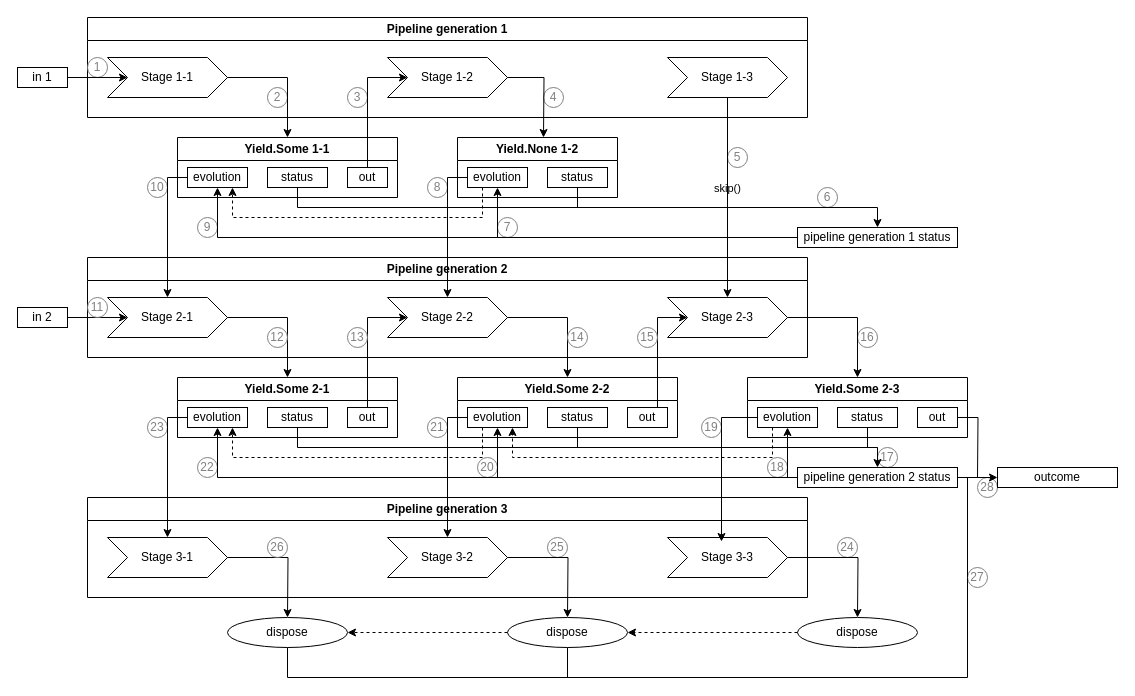
Before: pages/src/MainFlow.drawio in h8io/stages, a draw.io diagram. Source tidied: cells renumbered, new cells numbered last; positions are measured from the earlier drawing's top-left corner, leaving out a move shared by most shapes. Both pictures are drawn from the tidied source at 100%, with x=0, y=0 at pixel (17, 17).
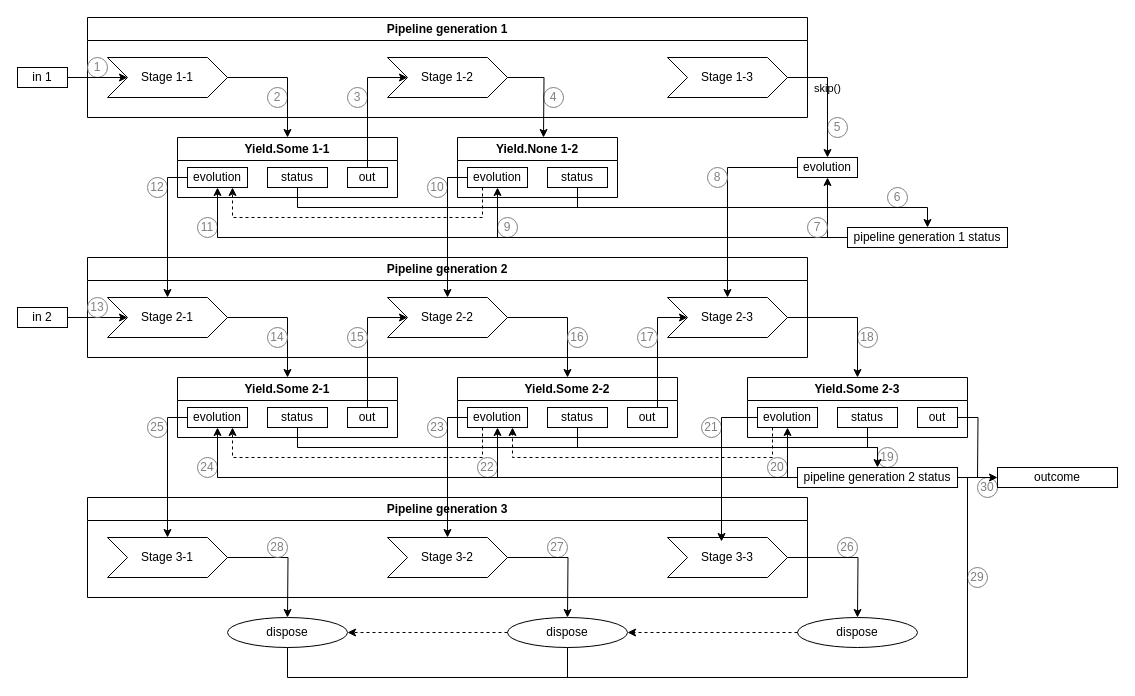
Above is the later version.

The change refers to these unchanged cells:
```xml
<mxCell id="16" value="Stage 1-3" style="shape=step;perimeter=stepPerimeter;whiteSpace=wrap;html=1;fixedSize=1;rounded=0;labelBackgroundColor=none;fontFamily=Helvetica;spacingTop=0;horizontal=1;fillColor=none;" parent="13" vertex="1">
  <mxGeometry x="580" y="40" width="120" height="40" as="geometry" />
</mxCell>
<mxCell id="22" value="status" style="rounded=0;whiteSpace=wrap;html=1;labelBackgroundColor=none;fontFamily=Helvetica;spacingTop=0;horizontal=1;fillColor=none;" parent="20" vertex="1">
  <mxGeometry x="90" y="30" width="60" height="20" as="geometry" />
</mxCell>
<mxCell id="100" value="Pipeline generation 2" style="swimlane;whiteSpace=wrap;html=1;rounded=0;labelBackgroundColor=none;fontFamily=Helvetica;spacingTop=0;horizontal=1;labelBorderColor=none;textShadow=0;fillColor=none;" parent="1" vertex="1">
  <mxGeometry x="70" y="240" width="720" height="100" as="geometry" />
</mxCell>
<mxCell id="103" value="Stage 2-3" style="shape=step;perimeter=stepPerimeter;whiteSpace=wrap;html=1;fixedSize=1;rounded=0;labelBackgroundColor=none;fontFamily=Helvetica;spacingTop=0;horizontal=1;fillColor=none;" parent="100" vertex="1">
  <mxGeometry x="580" y="40" width="120" height="40" as="geometry" />
</mxCell>
<mxCell id="109" value="Pipeline generation 3" style="swimlane;whiteSpace=wrap;html=1;rounded=0;labelBackgroundColor=none;fontFamily=Helvetica;spacingTop=0;horizontal=1;fillColor=none;" parent="1" vertex="1">
  <mxGeometry x="70" y="480" width="720" height="100" as="geometry" />
</mxCell>
```

Change to the diagram source:
```diff
@@
-    <mxCell id="2" value="28" style="ellipse;whiteSpace=wrap;html=1;labelBackgroundColor=none;rounded=0;fillColor=none;strokeColor=#808080;fontColor=light-dark(#808080,#808080);" parent="1" vertex="1">
+    <mxCell id="2" value="30" style="ellipse;whiteSpace=wrap;html=1;labelBackgroundColor=none;rounded=0;fillColor=none;strokeColor=#808080;fontColor=light-dark(#808080,#808080);" parent="1" vertex="1">
       <mxGeometry x="960" y="460" width="20" height="20" as="geometry" />
     </mxCell>
-    <mxCell id="3" value="24" style="ellipse;whiteSpace=wrap;html=1;labelBackgroundColor=none;rounded=0;fillColor=none;strokeColor=#808080;fontColor=light-dark(#808080,#808080);" parent="1" vertex="1">
+    <mxCell id="3" value="26" style="ellipse;whiteSpace=wrap;html=1;labelBackgroundColor=none;rounded=0;fillColor=none;strokeColor=#808080;fontColor=light-dark(#808080,#808080);" parent="1" vertex="1">
       <mxGeometry x="820" y="520" width="20" height="20" as="geometry" />
     </mxCell>
-    <mxCell id="4" value="25" style="ellipse;whiteSpace=wrap;html=1;labelBackgroundColor=none;rounded=0;fillColor=none;strokeColor=#808080;fontColor=light-dark(#808080,#808080);" parent="1" vertex="1">
+    <mxCell id="4" value="27" style="ellipse;whiteSpace=wrap;html=1;labelBackgroundColor=none;rounded=0;fillColor=none;strokeColor=#808080;fontColor=light-dark(#808080,#808080);" parent="1" vertex="1">
       <mxGeometry x="530" y="520" width="20" height="20" as="geometry" />
     </mxCell>
-    <mxCell id="5" value="27" style="ellipse;whiteSpace=wrap;html=1;labelBackgroundColor=none;rounded=0;fillColor=none;strokeColor=#808080;fontColor=light-dark(#808080,#808080);" parent="1" vertex="1">
+    <mxCell id="5" value="29" style="ellipse;whiteSpace=wrap;html=1;labelBackgroundColor=none;rounded=0;fillColor=none;strokeColor=#808080;fontColor=light-dark(#808080,#808080);" parent="1" vertex="1">
       <mxGeometry x="950" y="550" width="20" height="20" as="geometry" />
     </mxCell>
-    <mxCell id="6" value="18" style="ellipse;whiteSpace=wrap;html=1;labelBackgroundColor=none;rounded=0;fillColor=none;strokeColor=#808080;fontColor=light-dark(#808080,#808080);" parent="1" vertex="1">
+    <mxCell id="6" value="20" style="ellipse;whiteSpace=wrap;html=1;labelBackgroundColor=none;rounded=0;fillColor=none;strokeColor=#808080;fontColor=light-dark(#808080,#808080);" parent="1" vertex="1">
       <mxGeometry x="750" y="440" width="20" height="20" as="geometry" />
     </mxCell>
-    <mxCell id="7" value="19" style="ellipse;whiteSpace=wrap;html=1;labelBackgroundColor=none;rounded=0;fillColor=none;strokeColor=#808080;fontColor=light-dark(#808080,#808080);" parent="1" vertex="1">
+    <mxCell id="7" value="21" style="ellipse;whiteSpace=wrap;html=1;labelBackgroundColor=none;rounded=0;fillColor=none;strokeColor=#808080;fontColor=light-dark(#808080,#808080);" parent="1" vertex="1">
       <mxGeometry x="684" y="400" width="20" height="20" as="geometry" />
     </mxCell>
-    <mxCell id="8" value="20" style="ellipse;whiteSpace=wrap;html=1;labelBackgroundColor=none;rounded=0;fillColor=none;strokeColor=#808080;fontColor=light-dark(#808080,#808080);" parent="1" vertex="1">
+    <mxCell id="8" value="22" style="ellipse;whiteSpace=wrap;html=1;labelBackgroundColor=none;rounded=0;fillColor=none;strokeColor=#808080;fontColor=light-dark(#808080,#808080);" parent="1" vertex="1">
       <mxGeometry x="460" y="440" width="20" height="20" as="geometry" />
     </mxCell>
-    <mxCell id="9" value="22" style="ellipse;whiteSpace=wrap;html=1;labelBackgroundColor=none;rounded=0;fillColor=none;strokeColor=#808080;fontColor=light-dark(#808080,#808080);" parent="1" vertex="1">
+    <mxCell id="9" value="24" style="ellipse;whiteSpace=wrap;html=1;labelBackgroundColor=none;rounded=0;fillColor=none;strokeColor=#808080;fontColor=light-dark(#808080,#808080);" parent="1" vertex="1">
       <mxGeometry x="180" y="440" width="20" height="20" as="geometry" />
     </mxCell>
-    <mxCell id="10" value="21" style="ellipse;whiteSpace=wrap;html=1;labelBackgroundColor=none;rounded=0;fillColor=none;strokeColor=#808080;fontColor=light-dark(#808080,#808080);" parent="1" vertex="1">
+    <mxCell id="10" value="23" style="ellipse;whiteSpace=wrap;html=1;labelBackgroundColor=none;rounded=0;fillColor=none;strokeColor=#808080;fontColor=light-dark(#808080,#808080);" parent="1" vertex="1">
       <mxGeometry x="410" y="400" width="20" height="20" as="geometry" />
     </mxCell>
-    <mxCell id="11" value="23" style="ellipse;whiteSpace=wrap;html=1;labelBackgroundColor=none;rounded=0;fillColor=none;strokeColor=#808080;fontColor=light-dark(#808080,#808080);" parent="1" vertex="1">
+    <mxCell id="11" value="25" style="ellipse;whiteSpace=wrap;html=1;labelBackgroundColor=none;rounded=0;fillColor=none;strokeColor=#808080;fontColor=light-dark(#808080,#808080);" parent="1" vertex="1">
       <mxGeometry x="130" y="400" width="20" height="20" as="geometry" />
     </mxCell>
-    <mxCell id="12" value="17" style="ellipse;whiteSpace=wrap;html=1;labelBackgroundColor=none;rounded=0;fillColor=none;strokeColor=#808080;fontColor=light-dark(#808080,#808080);" parent="1" vertex="1">
+    <mxCell id="12" value="19" style="ellipse;whiteSpace=wrap;html=1;labelBackgroundColor=none;rounded=0;fillColor=none;strokeColor=#808080;fontColor=light-dark(#808080,#808080);" parent="1" vertex="1">
       <mxGeometry x="860" y="430" width="20" height="20" as="geometry" />
     </mxCell>
@@
     <mxCell id="27" value="5" style="ellipse;whiteSpace=wrap;html=1;labelBackgroundColor=none;rounded=0;fillColor=none;strokeColor=#808080;fontColor=light-dark(#808080,#808080);" parent="1" vertex="1">
-      <mxGeometry x="710" y="130" width="20" height="20" as="geometry" />
+      <mxGeometry x="810" y="100" width="20" height="20" as="geometry" />
     </mxCell>
     <mxCell id="28" value="6" style="ellipse;whiteSpace=wrap;html=1;labelBackgroundColor=none;rounded=0;fillColor=none;strokeColor=#808080;fontColor=light-dark(#808080,#808080);" parent="1" vertex="1">
-      <mxGeometry x="800" y="170" width="20" height="20" as="geometry" />
+      <mxGeometry x="870" y="170" width="20" height="20" as="geometry" />
     </mxCell>
-    <mxCell id="29" value="7" style="ellipse;whiteSpace=wrap;html=1;labelBackgroundColor=none;rounded=0;fillColor=none;strokeColor=#808080;fontColor=light-dark(#808080,#808080);" parent="1" vertex="1">
+    <mxCell id="29" value="9" style="ellipse;whiteSpace=wrap;html=1;labelBackgroundColor=none;rounded=0;fillColor=none;strokeColor=#808080;fontColor=light-dark(#808080,#808080);" parent="1" vertex="1">
       <mxGeometry x="480" y="200" width="20" height="20" as="geometry" />
     </mxCell>
-    <mxCell id="30" value="9" style="ellipse;whiteSpace=wrap;html=1;labelBackgroundColor=none;rounded=0;fillColor=none;strokeColor=#808080;fontColor=light-dark(#808080,#808080);" parent="1" vertex="1">
+    <mxCell id="30" value="11" style="ellipse;whiteSpace=wrap;html=1;labelBackgroundColor=none;rounded=0;fillColor=none;strokeColor=#808080;fontColor=light-dark(#808080,#808080);" parent="1" vertex="1">
       <mxGeometry x="180" y="200" width="20" height="20" as="geometry" />
     </mxCell>
-    <mxCell id="31" value="8" style="ellipse;whiteSpace=wrap;html=1;labelBackgroundColor=none;rounded=0;fillColor=none;strokeColor=#808080;fontColor=light-dark(#808080,#808080);" parent="1" vertex="1">
+    <mxCell id="31" value="10" style="ellipse;whiteSpace=wrap;html=1;labelBackgroundColor=none;rounded=0;fillColor=none;strokeColor=#808080;fontColor=light-dark(#808080,#808080);" parent="1" vertex="1">
       <mxGeometry x="410" y="160" width="20" height="20" as="geometry" />
     </mxCell>
-    <mxCell id="32" value="10" style="ellipse;whiteSpace=wrap;html=1;labelBackgroundColor=none;rounded=0;fillColor=none;strokeColor=#808080;fontColor=light-dark(#808080,#808080);" parent="1" vertex="1">
+    <mxCell id="32" value="12" style="ellipse;whiteSpace=wrap;html=1;labelBackgroundColor=none;rounded=0;fillColor=none;strokeColor=#808080;fontColor=light-dark(#808080,#808080);" parent="1" vertex="1">
       <mxGeometry x="130" y="160" width="20" height="20" as="geometry" />
     </mxCell>
-    <mxCell id="33" value="16" style="ellipse;whiteSpace=wrap;html=1;labelBackgroundColor=none;rounded=0;fillColor=none;strokeColor=#808080;fontColor=light-dark(#808080,#808080);" parent="1" vertex="1">
+    <mxCell id="33" value="18" style="ellipse;whiteSpace=wrap;html=1;labelBackgroundColor=none;rounded=0;fillColor=none;strokeColor=#808080;fontColor=light-dark(#808080,#808080);" parent="1" vertex="1">
       <mxGeometry x="840" y="310" width="20" height="20" as="geometry" />
     </mxCell>
@@
     <mxCell id="44" value="pipeline generation 1 status" style="rounded=0;whiteSpace=wrap;html=1;labelBackgroundColor=none;fontFamily=Helvetica;spacingTop=0;horizontal=1;fillColor=none;" parent="1" vertex="1">
-      <mxGeometry x="780" y="210" width="160" height="20" as="geometry" />
+      <mxGeometry x="830" y="210" width="160" height="20" as="geometry" />
     </mxCell>
@@
     <mxCell id="46" style="edgeStyle=orthogonalEdgeStyle;rounded=0;jettySize=auto;html=1;exitX=0.5;exitY=1;exitDx=0;exitDy=0;entryX=0.5;entryY=0;entryDx=0;entryDy=0;labelBackgroundColor=none;fontColor=default;fontFamily=Helvetica;spacingTop=0;horizontal=1;" parent="1" edge="1" source="22" target="44">
       <mxGeometry relative="1" as="geometry">
         <Array as="points">
           <mxPoint x="280" y="190" />
-          <mxPoint x="860" y="190" />
+          <mxPoint x="910" y="190" />
         </Array>
       </mxGeometry>
     </mxCell>
@@
-    <mxCell id="98" style="endArrow=classic;html=1;rounded=0;entryX=0.5;entryY=0;entryDx=0;entryDy=0;labelBackgroundColor=none;fontColor=default;fontFamily=Helvetica;spacingTop=0;horizontal=1;" parent="1" edge="1" source="16" target="103">
-      <mxGeometry relative="1" as="geometry" />
+    <mxCell id="98" style="endArrow=classic;html=1;rounded=0;labelBackgroundColor=none;fontColor=default;fontFamily=Helvetica;spacingTop=0;horizontal=1;exitX=1;exitY=0.5;exitDx=0;exitDy=0;entryX=0.5;entryY=0;entryDx=0;entryDy=0;" parent="1" edge="1" source="16" target="115">
+      <mxGeometry relative="1" as="geometry">
+        <Array as="points">
+          <mxPoint x="810" y="60" />
+        </Array>
+      </mxGeometry>
     </mxCell>
@@
-    <mxCell id="104" value="11" style="ellipse;whiteSpace=wrap;html=1;labelBackgroundColor=none;rounded=0;fillColor=none;strokeColor=#808080;fontColor=light-dark(#808080,#808080);" parent="100" vertex="1">
+    <mxCell id="104" value="13" style="ellipse;whiteSpace=wrap;html=1;labelBackgroundColor=none;rounded=0;fillColor=none;strokeColor=#808080;fontColor=light-dark(#808080,#808080);" parent="100" vertex="1">
       <mxGeometry y="40" width="20" height="20" as="geometry" />
     </mxCell>
-    <mxCell id="105" value="12" style="ellipse;whiteSpace=wrap;html=1;labelBackgroundColor=none;rounded=0;fillColor=none;strokeColor=#808080;fontColor=light-dark(#808080,#808080);" parent="100" vertex="1">
+    <mxCell id="105" value="14" style="ellipse;whiteSpace=wrap;html=1;labelBackgroundColor=none;rounded=0;fillColor=none;strokeColor=#808080;fontColor=light-dark(#808080,#808080);" parent="100" vertex="1">
       <mxGeometry x="180" y="70" width="20" height="20" as="geometry" />
     </mxCell>
-    <mxCell id="106" value="13" style="ellipse;whiteSpace=wrap;html=1;labelBackgroundColor=none;rounded=0;fillColor=none;strokeColor=#808080;fontColor=light-dark(#808080,#808080);" parent="100" vertex="1">
+    <mxCell id="106" value="15" style="ellipse;whiteSpace=wrap;html=1;labelBackgroundColor=none;rounded=0;fillColor=none;strokeColor=#808080;fontColor=light-dark(#808080,#808080);" parent="100" vertex="1">
       <mxGeometry x="260" y="70" width="20" height="20" as="geometry" />
     </mxCell>
-    <mxCell id="107" value="14" style="ellipse;whiteSpace=wrap;html=1;labelBackgroundColor=none;rounded=0;fillColor=none;strokeColor=#808080;fontColor=light-dark(#808080,#808080);" parent="100" vertex="1">
+    <mxCell id="107" value="16" style="ellipse;whiteSpace=wrap;html=1;labelBackgroundColor=none;rounded=0;fillColor=none;strokeColor=#808080;fontColor=light-dark(#808080,#808080);" parent="100" vertex="1">
       <mxGeometry x="480" y="70" width="20" height="20" as="geometry" />
     </mxCell>
-    <mxCell id="108" value="15" style="ellipse;whiteSpace=wrap;html=1;labelBackgroundColor=none;rounded=0;fillColor=none;strokeColor=#808080;fontColor=light-dark(#808080,#808080);" parent="100" vertex="1">
+    <mxCell id="108" value="17" style="ellipse;whiteSpace=wrap;html=1;labelBackgroundColor=none;rounded=0;fillColor=none;strokeColor=#808080;fontColor=light-dark(#808080,#808080);" parent="100" vertex="1">
       <mxGeometry x="550" y="70" width="20" height="20" as="geometry" />
     </mxCell>
@@
-    <mxCell id="110" value="26" style="ellipse;whiteSpace=wrap;html=1;labelBackgroundColor=none;rounded=0;fillColor=none;strokeColor=#808080;fontColor=light-dark(#808080,#808080);" parent="109" vertex="1">
+    <mxCell id="110" value="28" style="ellipse;whiteSpace=wrap;html=1;labelBackgroundColor=none;rounded=0;fillColor=none;strokeColor=#808080;fontColor=light-dark(#808080,#808080);" parent="109" vertex="1">
       <mxGeometry x="180" y="40" width="20" height="20" as="geometry" />
     </mxCell>
@@
+    <mxCell id="114" style="edgeStyle=orthogonalEdgeStyle;rounded=0;jettySize=auto;html=1;exitX=0;exitY=0.5;exitDx=0;exitDy=0;entryX=0.5;entryY=0;entryDx=0;entryDy=0;" parent="1" edge="1" source="115" target="103">
+      <mxGeometry relative="1" as="geometry" />
+    </mxCell>
+    <mxCell id="115" value="evolution" style="rounded=0;whiteSpace=wrap;html=1;labelBackgroundColor=none;fontFamily=Helvetica;spacingTop=0;horizontal=1;fillColor=none;" parent="1" vertex="1">
+      <mxGeometry x="780" y="140" width="60" height="20" as="geometry" />
+    </mxCell>
+    <mxCell id="116" style="endArrow=classic;html=1;rounded=0;" parent="1" edge="1">
+      <mxGeometry relative="1" as="geometry">
+        <mxPoint x="810" y="220" as="sourcePoint" />
+        <mxPoint x="810" y="160" as="targetPoint" />
+      </mxGeometry>
+    </mxCell>
+    <mxCell id="117" value="7" style="ellipse;whiteSpace=wrap;html=1;labelBackgroundColor=none;rounded=0;fillColor=none;strokeColor=#808080;fontColor=light-dark(#808080,#808080);" parent="1" vertex="1">
+      <mxGeometry x="790" y="200" width="20" height="20" as="geometry" />
+    </mxCell>
+    <mxCell id="118" value="8" style="ellipse;whiteSpace=wrap;html=1;labelBackgroundColor=none;rounded=0;fillColor=none;strokeColor=#808080;fontColor=light-dark(#808080,#808080);" parent="1" vertex="1">
+      <mxGeometry x="690" y="150" width="20" height="20" as="geometry" />
+    </mxCell>
```
